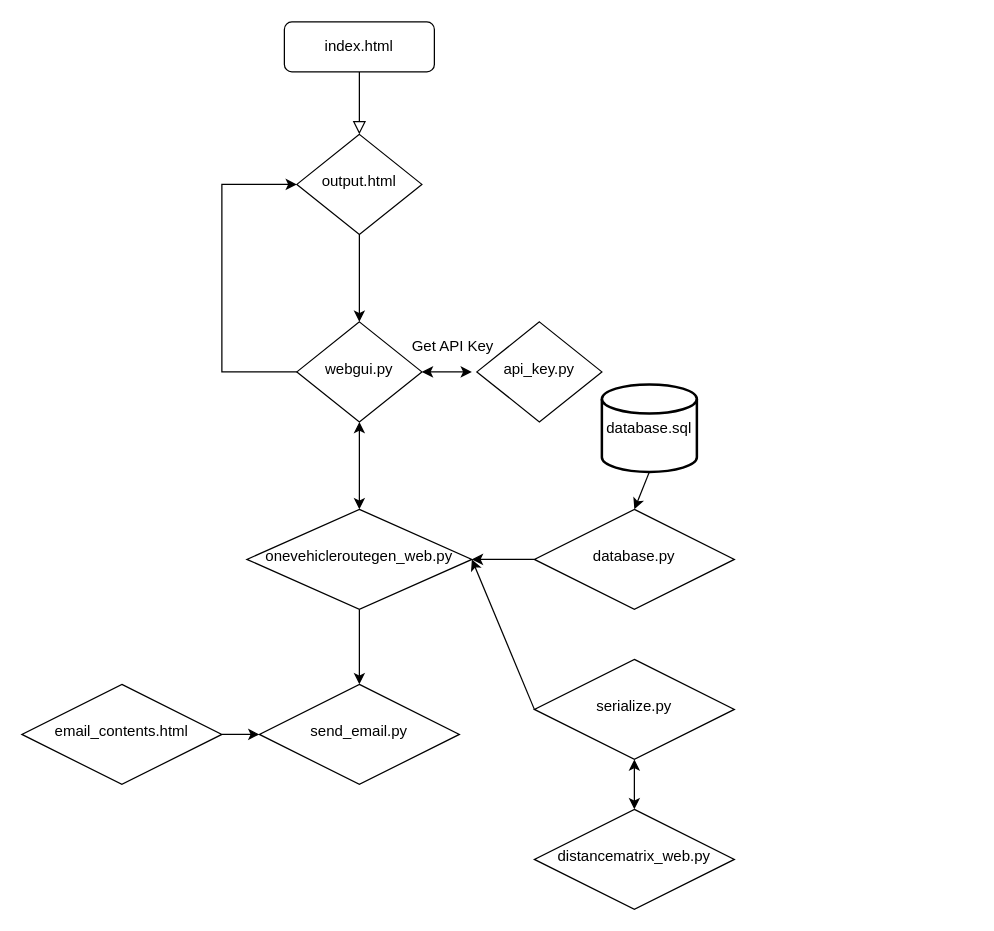
autorouting/autorouting.github.io keeps this draw.io diagram as structure_diagram.drawio. Above is the earlier version. Source tidied: cells renumbered, new cells numbered last; positions are measured from the earlier drawing's top-left corner, leaving out a move shared by most shapes. Both pictures are drawn from the tidied source at 125%, with x=0, y=0 at pixel (21, 21).
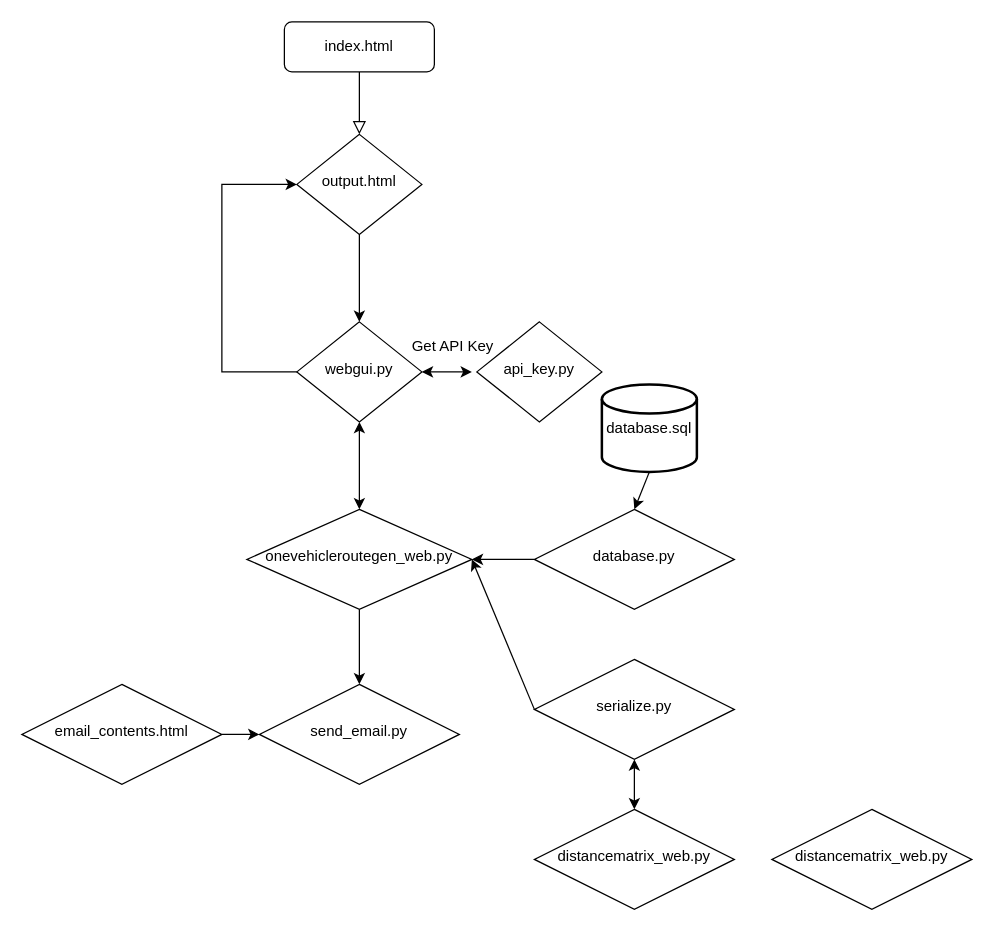
The same page after the edit.

Diff of the diagram source:
```diff
@@
+    <mxCell id="25" value="distancematrix_web.py" style="rhombus;whiteSpace=wrap;html=1;shadow=0;fontFamily=Helvetica;fontSize=12;align=center;strokeWidth=1;spacing=6;spacingTop=-4;" parent="1" vertex="1">
+      <mxGeometry x="600" y="630" width="160" height="80" as="geometry" />
+    </mxCell>
```
